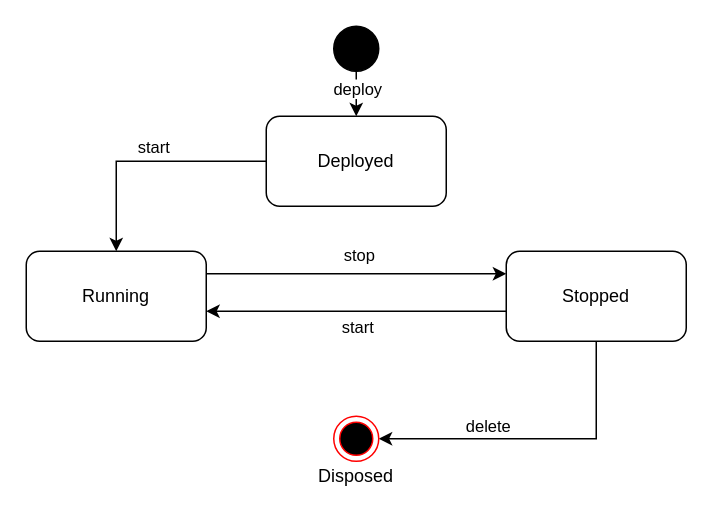
This is uml/States.drawio from SophiaNow/lzu, a draw.io file, before an edit. Source tidied: cells renumbered, new cells numbered last; positions are measured from the earlier drawing's top-left corner, leaving out a move shared by most shapes. Both pictures are drawn from the tidied source at 150%, with x=0, y=0 at pixel (26, 26).
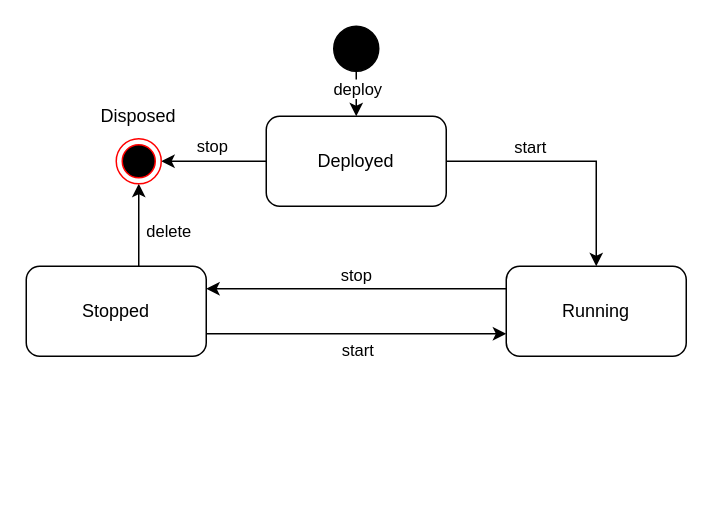
Above is the later version.

Commit message (it also covers changes not shown here):
updated state uml diagram

The change refers to these unchanged cells:
```xml
<mxCell id="13" style="edgeStyle=orthogonalEdgeStyle;rounded=0;jettySize=auto;html=1;entryX=0.5;entryY=0;entryDx=0;entryDy=0;" parent="1" edge="1" source="15" target="7">
  <mxGeometry relative="1" as="geometry" />
</mxCell>
<mxCell id="15" value="Deployed" style="rounded=1;whiteSpace=wrap;html=1;" parent="1" vertex="1">
  <mxGeometry x="160" y="60" width="120" height="60" as="geometry" />
</mxCell>
```

What changed in the source:
```diff
@@
-    <mxCell id="5" style="edgeStyle=orthogonalEdgeStyle;rounded=0;jettySize=auto;html=1;exitX=1;exitY=0.25;exitDx=0;exitDy=0;entryX=0;entryY=0.25;entryDx=0;entryDy=0;" parent="1" edge="1" source="7" target="12">
+    <mxCell id="5" style="edgeStyle=orthogonalEdgeStyle;rounded=0;jettySize=auto;html=1;exitX=0;exitY=0.25;exitDx=0;exitDy=0;entryX=1;entryY=0.25;entryDx=0;entryDy=0;" parent="1" edge="1" source="7" target="12">
       <mxGeometry relative="1" as="geometry" />
     </mxCell>
-    <mxCell id="6" value="stop" style="edgeLabel;html=1;align=center;verticalAlign=middle;" parent="5" vertex="1">
-      <mxGeometry x="0.21" y="-1" relative="1" as="geometry">
-        <mxPoint x="-20" y="-14" as="offset" />
-      </mxGeometry>
-    </mxCell>
+    <mxCell id="18" value="stop" style="edgeLabel;html=1;align=center;verticalAlign=middle;" parent="5" vertex="1">
+      <mxGeometry x="-0.16" y="2" relative="1" as="geometry">
+        <mxPoint x="-17" y="-12" as="offset" />
+      </mxGeometry>
+    </mxCell>
     <mxCell id="7" value="Running" style="rounded=1;whiteSpace=wrap;html=1;" parent="1" vertex="1">
-      <mxGeometry y="150" width="120" height="60" as="geometry" />
+      <mxGeometry x="320" y="160" width="120" height="60" as="geometry" />
     </mxCell>
-    <mxCell id="8" style="edgeStyle=orthogonalEdgeStyle;rounded=0;orthogonalLoop=1;jettySize=auto;html=1;" parent="1" edge="1">
-      <mxGeometry relative="1" as="geometry">
-        <mxPoint x="320" y="190" as="sourcePoint" />
-        <mxPoint x="120" y="190" as="targetPoint" />
-      </mxGeometry>
-    </mxCell>
-    <mxCell id="9" value="start" style="edgeLabel;html=1;align=center;verticalAlign=middle;" parent="8" vertex="1">
-      <mxGeometry x="0.2" y="1" relative="1" as="geometry">
-        <mxPoint x="20" y="9" as="offset" />
-      </mxGeometry>
-    </mxCell>
-    <mxCell id="10" style="edgeStyle=orthogonalEdgeStyle;rounded=0;jettySize=auto;html=1;entryX=1;entryY=0.5;entryDx=0;entryDy=0;" parent="1" edge="1" source="12" target="16">
+    <mxCell id="10" style="edgeStyle=orthogonalEdgeStyle;rounded=0;jettySize=auto;html=1;entryX=0.5;entryY=1;entryDx=0;entryDy=0;" parent="1" edge="1" source="12" target="16">
       <mxGeometry relative="1" as="geometry">
         <Array as="points">
-          <mxPoint x="380" y="275" />
+          <mxPoint x="75" y="130" />
+          <mxPoint x="75" y="130" />
         </Array>
       </mxGeometry>
     </mxCell>
     <mxCell id="11" value="delete" style="edgeLabel;html=1;align=center;verticalAlign=middle;" parent="10" vertex="1">
       <mxGeometry x="0.24" y="2" relative="1" as="geometry">
-        <mxPoint x="-8" y="-11" as="offset" />
+        <mxPoint x="21" y="10" as="offset" />
       </mxGeometry>
     </mxCell>
+    <mxCell id="19" style="edgeStyle=orthogonalEdgeStyle;rounded=0;jettySize=auto;html=1;exitX=1;exitY=0.75;exitDx=0;exitDy=0;entryX=0;entryY=0.75;entryDx=0;entryDy=0;" parent="1" edge="1" source="12" target="7">
+      <mxGeometry relative="1" as="geometry" />
+    </mxCell>
+    <mxCell id="9" value="start" style="edgeLabel;html=1;align=center;verticalAlign=middle;" parent="19" vertex="1">
+      <mxGeometry x="0.29" y="-2" relative="1" as="geometry">
+        <mxPoint x="-29" y="8" as="offset" />
+      </mxGeometry>
+    </mxCell>
     <mxCell id="12" value="Stopped" style="rounded=1;whiteSpace=wrap;html=1;" parent="1" vertex="1">
-      <mxGeometry x="320" y="150" width="120" height="60" as="geometry" />
+      <mxGeometry y="160" width="120" height="60" as="geometry" />
     </mxCell>
@@
     <mxCell id="14" value="start" style="edgeLabel;html=1;align=center;verticalAlign=middle;" parent="13" vertex="1">
       <mxGeometry x="-0.05" relative="1" as="geometry">
-        <mxPoint y="-10" as="offset" />
+        <mxPoint x="-26" y="-10" as="offset" />
       </mxGeometry>
     </mxCell>
+    <mxCell id="20" style="edgeStyle=orthogonalEdgeStyle;rounded=0;jettySize=auto;html=1;" parent="1" edge="1" source="15" target="16">
+      <mxGeometry relative="1" as="geometry" />
+    </mxCell>
+    <mxCell id="21" value="stop" style="edgeLabel;html=1;align=center;verticalAlign=middle;" parent="20" vertex="1">
+      <mxGeometry x="0.05" y="-1" relative="1" as="geometry">
+        <mxPoint y="-10" as="offset" />
+      </mxGeometry>
+    </mxCell>
@@
     <mxCell id="16" style="ellipse;html=1;shape=endState;fillColor=#000000;strokeColor=#ff0000;" parent="1" vertex="1">
-      <mxGeometry x="205" y="260" width="30" height="30" as="geometry" />
+      <mxGeometry x="60" y="75" width="30" height="30" as="geometry" />
     </mxCell>
     <mxCell id="17" value="Disposed" style="text;html=1;align=center;verticalAlign=middle;whiteSpace=wrap;rounded=0;" parent="1" vertex="1">
-      <mxGeometry x="190" y="290" width="60" height="20" as="geometry" />
+      <mxGeometry x="45" y="50" width="60" height="20" as="geometry" />
     </mxCell>
```
